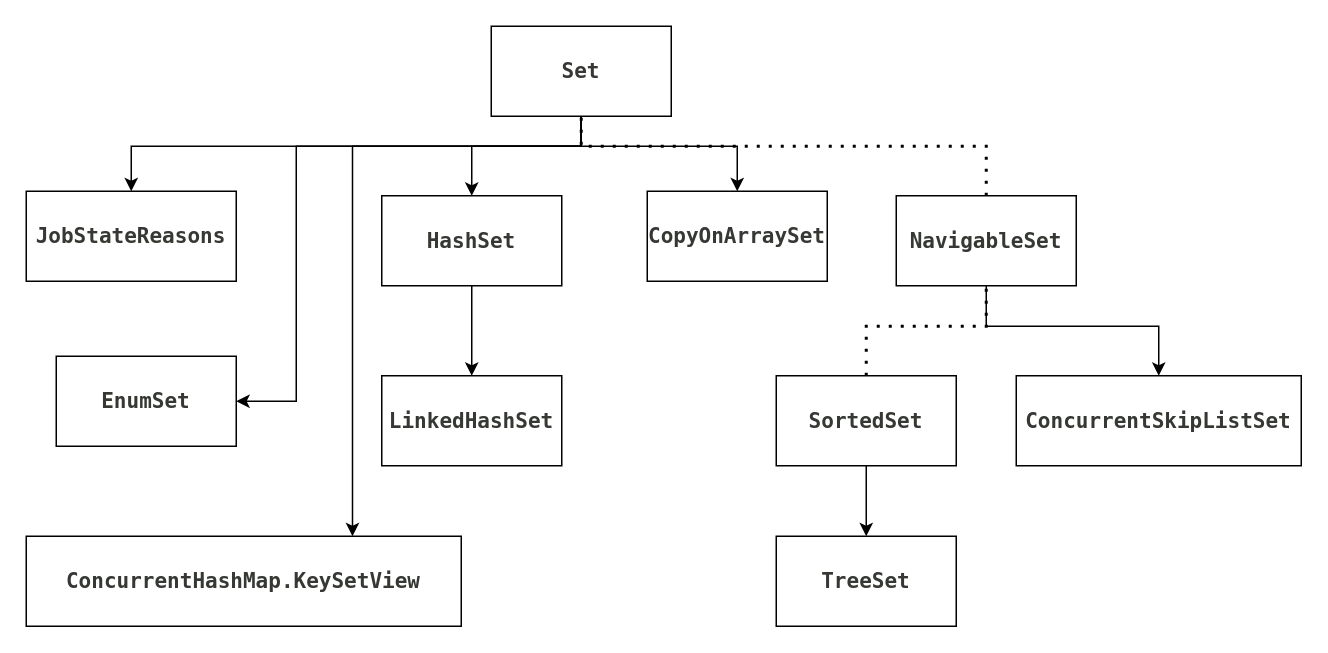
The draw.io diagram Untitled Diagram.drawio in lnngit/tdd, before the edit. Source tidied: cells renumbered, new cells numbered last; positions are measured from the earlier drawing's top-left corner, leaving out a move shared by most shapes. Both pictures are drawn from the tidied source at 150%, with x=0, y=0 at pixel (26, 26).
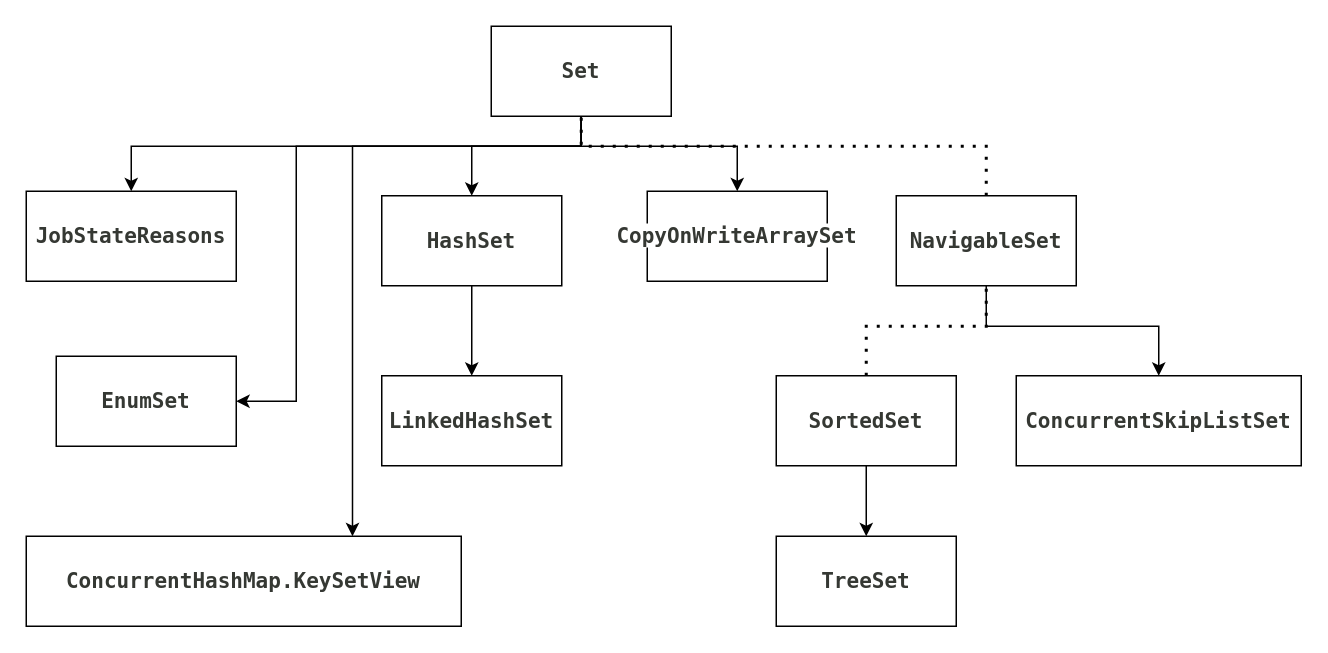
After the change.

Diff of the diagram source:
```diff
@@
-    <mxCell id="10" value="&lt;font color=&quot;#353833&quot; face=&quot;dejavu sans mono, monospace&quot;&gt;&lt;span style=&quot;font-size: 14px ; background-color: rgb(255 , 255 , 255)&quot;&gt;&lt;b&gt;CopyOnArraySet&lt;br&gt;&lt;/b&gt;&lt;/span&gt;&lt;/font&gt;" style="rounded=0;whiteSpace=wrap;html=1;" parent="1" vertex="1">
+    <mxCell id="10" value="&lt;font color=&quot;#353833&quot; face=&quot;dejavu sans mono, monospace&quot;&gt;&lt;span style=&quot;font-size: 14px ; background-color: rgb(255 , 255 , 255)&quot;&gt;&lt;b&gt;CopyOnWriteArraySet&lt;br&gt;&lt;/b&gt;&lt;/span&gt;&lt;/font&gt;" style="rounded=0;whiteSpace=wrap;html=1;" parent="1" vertex="1">
       <mxGeometry x="414" y="110" width="120" height="60" as="geometry" />
     </mxCell>
```
